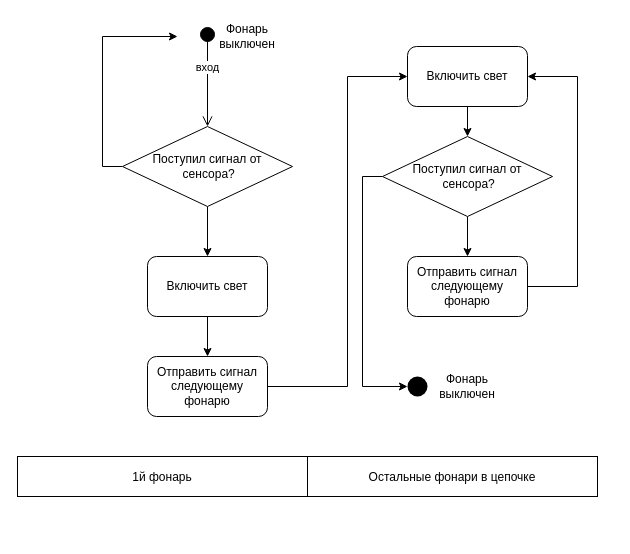
The draw.io diagram page "Page-3" (3 of 4) of condition.drawio in yanelena/diagrams, before the edit. Source tidied: cells renumbered, new cells numbered last; positions are measured from the earlier drawing's top-left corner, leaving out a move shared by most shapes. Both pictures are drawn from the tidied source at 100%, with x=0, y=0 at pixel (17, 26).
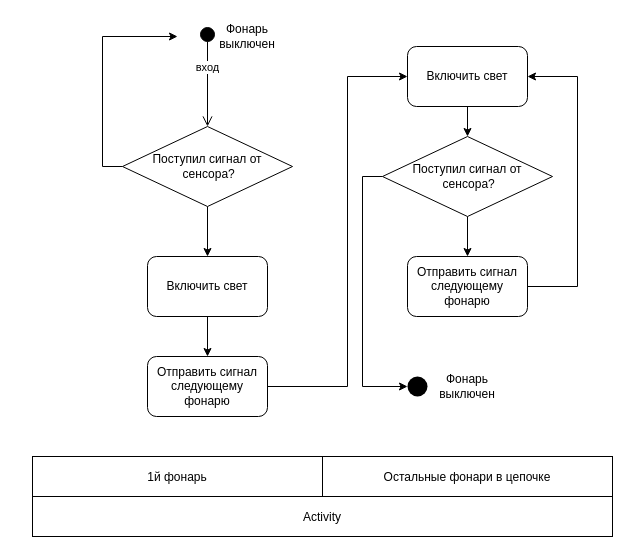
The same diagram, later.

Change to the diagram source:
```diff
@@
     <mxCell id="20" value="1й фонарь" style="text;align=center;verticalAlign=middle;dashed=0;fillColor=#ffffff;strokeColor=#000000;" parent="1" vertex="1">
-      <mxGeometry y="430" width="290" height="40" as="geometry" />
+      <mxGeometry x="15" y="430" width="290" height="40" as="geometry" />
     </mxCell>
     <mxCell id="21" value="Остальные фонари в цепочке" style="text;align=center;verticalAlign=middle;dashed=0;fillColor=#ffffff;strokeColor=#000000;" parent="1" vertex="1">
-      <mxGeometry x="290" y="430" width="290" height="40" as="geometry" />
+      <mxGeometry x="305" y="430" width="290" height="40" as="geometry" />
     </mxCell>
+    <mxCell id="22" value="Activity" style="text;align=center;verticalAlign=middle;dashed=0;fillColor=#ffffff;strokeColor=#000000;" parent="1" vertex="1">
+      <mxGeometry x="15" y="470" width="580" height="40" as="geometry" />
+    </mxCell>
```
